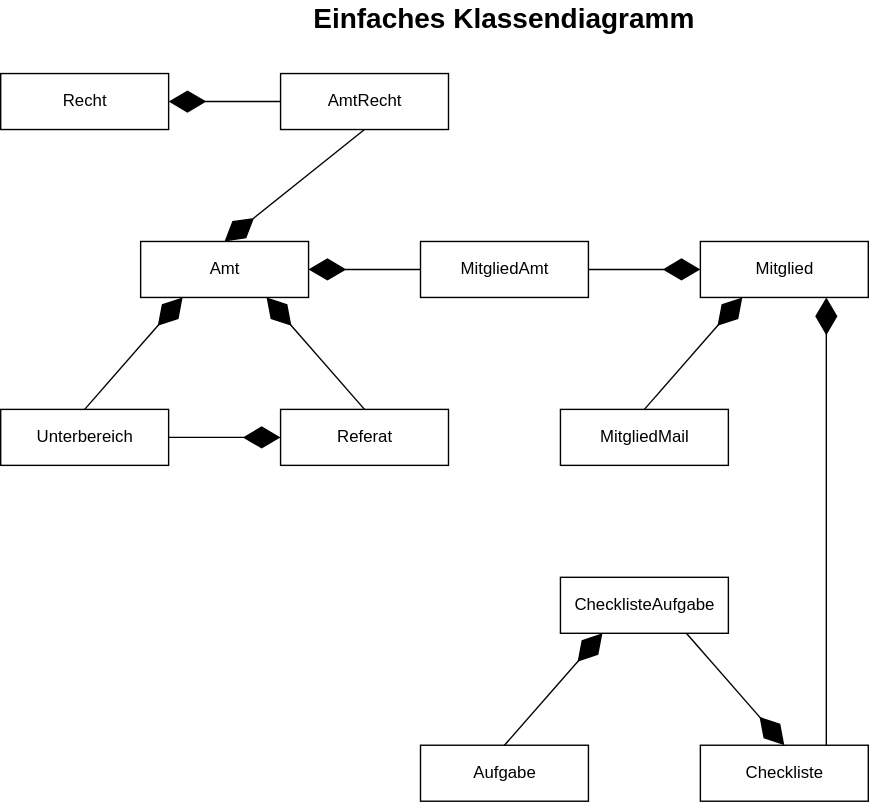
The draw.io diagram docs/anforderung/files/svg/diagramm_class.svg in mribrgr/StuRa-Mitgliederdatenbank, before a commit. Source tidied: cells renumbered, new cells last; positions are measured from the earlier drawing's top-left corner, leaving out a move shared by most shapes.
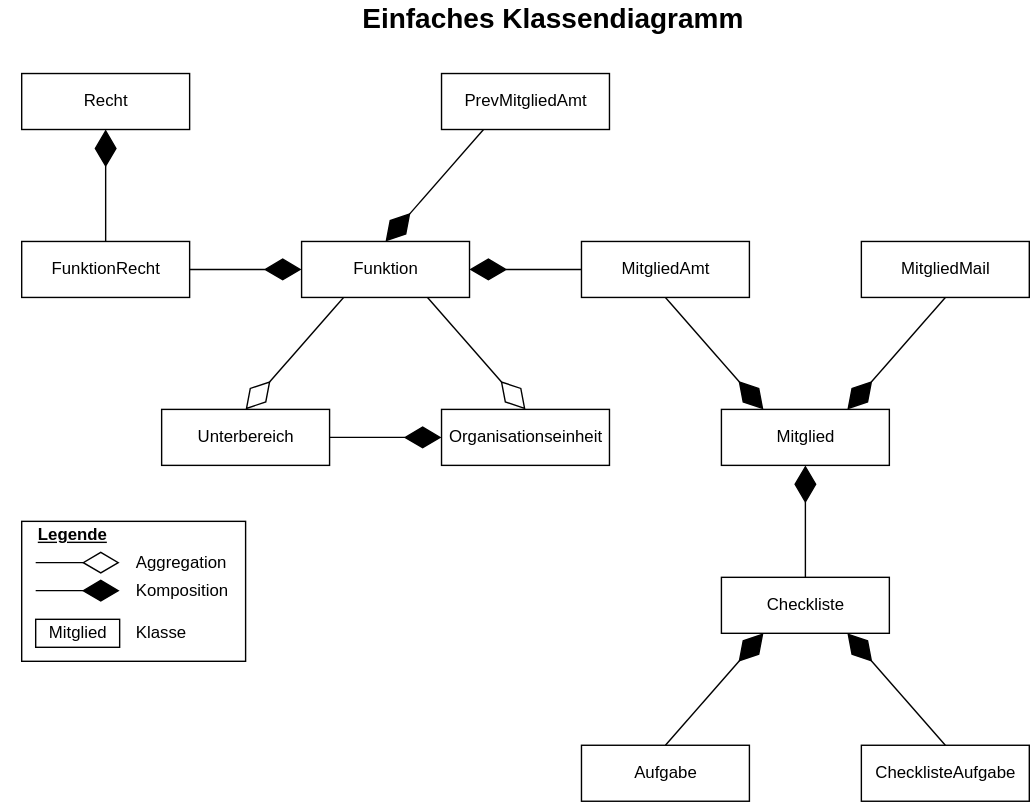
After the change.

Change to the diagram source:
```diff
@@ -2,74 +2,112 @@
   <root>
     <mxCell id="0" />
     <mxCell id="1" parent="0" />
-    <mxCell id="2" value="Amt" style="html=1;" parent="1" vertex="1">
+    <mxCell id="2" value="Funktion" style="html=1;" parent="1" vertex="1">
       <mxGeometry x="100" y="170" width="120" height="40" as="geometry" />
     </mxCell>
     <mxCell id="3" value="Unterbereich" style="html=1;" parent="1" vertex="1">
       <mxGeometry y="290" width="120" height="40" as="geometry" />
     </mxCell>
-    <mxCell id="4" value="Referat" style="html=1;" parent="1" vertex="1">
+    <mxCell id="4" value="Organisationseinheit" style="html=1;" parent="1" vertex="1">
       <mxGeometry x="200" y="290" width="120" height="40" as="geometry" />
     </mxCell>
     <mxCell id="5" value="Recht" style="html=1;" parent="1" vertex="1">
-      <mxGeometry y="50" width="120" height="40" as="geometry" />
+      <mxGeometry x="-100" y="50" width="120" height="40" as="geometry" />
     </mxCell>
-    <mxCell id="6" value="AmtRecht" style="html=1;" parent="1" vertex="1">
-      <mxGeometry x="200" y="50" width="120" height="40" as="geometry" />
+    <mxCell id="6" value="FunktionRecht" style="html=1;" parent="1" vertex="1">
+      <mxGeometry x="-100" y="170" width="120" height="40" as="geometry" />
     </mxCell>
-    <mxCell id="7" value="Checkliste" style="html=1;" parent="1" vertex="1">
+    <mxCell id="7" value="ChecklisteAufgabe" style="html=1;" parent="1" vertex="1">
       <mxGeometry x="500" y="530" width="120" height="40" as="geometry" />
     </mxCell>
     <mxCell id="8" value="Aufgabe" style="html=1;" parent="1" vertex="1">
       <mxGeometry x="300" y="530" width="120" height="40" as="geometry" />
     </mxCell>
-    <mxCell id="9" value="ChecklisteAufgabe" style="html=1;" parent="1" vertex="1">
+    <mxCell id="9" value="Checkliste" style="html=1;" parent="1" vertex="1">
       <mxGeometry x="400" y="410" width="120" height="40" as="geometry" />
     </mxCell>
     <mxCell id="10" value="Mitglied" style="html=1;" parent="1" vertex="1">
-      <mxGeometry x="500" y="170" width="120" height="40" as="geometry" />
+      <mxGeometry x="400" y="290" width="120" height="40" as="geometry" />
     </mxCell>
     <mxCell id="11" value="MitgliedAmt" style="html=1;" parent="1" vertex="1">
       <mxGeometry x="300" y="170" width="120" height="40" as="geometry" />
     </mxCell>
     <mxCell id="12" value="MitgliedMail" style="html=1;" parent="1" vertex="1">
-      <mxGeometry x="400" y="290" width="120" height="40" as="geometry" />
+      <mxGeometry x="500" y="170" width="120" height="40" as="geometry" />
     </mxCell>
     <mxCell id="13" style="endArrow=diamondThin;endFill=1;endSize=24;html=1;entryX=0;entryY=0.5;entryDx=0;entryDy=0;exitX=1;exitY=0.5;exitDx=0;exitDy=0;" parent="1" edge="1" source="3" target="4">
       <mxGeometry relative="1" as="geometry" />
     </mxCell>
-    <mxCell id="14" style="endArrow=diamondThin;endFill=1;endSize=24;html=1;exitX=0.5;exitY=0;exitDx=0;exitDy=0;entryX=0.75;entryY=1;entryDx=0;entryDy=0;" parent="1" edge="1" source="4" target="2">
-      <mxGeometry relative="1" as="geometry" />
-    </mxCell>
-    <mxCell id="15" style="endArrow=diamondThin;endFill=1;endSize=24;html=1;exitX=0.5;exitY=0;exitDx=0;exitDy=0;entryX=0.25;entryY=1;entryDx=0;entryDy=0;" parent="1" edge="1" source="3" target="2">
-      <mxGeometry relative="1" as="geometry" />
-    </mxCell>
-    <mxCell id="16" style="endArrow=diamondThin;endFill=1;endSize=24;html=1;exitX=0.5;exitY=0;exitDx=0;exitDy=0;entryX=0.25;entryY=1;entryDx=0;entryDy=0;" parent="1" edge="1" source="8" target="9">
-      <mxGeometry relative="1" as="geometry" />
-    </mxCell>
-    <mxCell id="17" style="endArrow=diamondThin;endFill=1;endSize=24;html=1;exitX=0.75;exitY=1;exitDx=0;exitDy=0;entryX=0.5;entryY=0;entryDx=0;entryDy=0;" parent="1" edge="1" source="9" target="7">
-      <mxGeometry relative="1" as="geometry" />
+    <mxCell id="17" style="endArrow=diamondThin;endFill=1;endSize=24;html=1;entryX=0.5;entryY=1;entryDx=0;entryDy=0;" parent="1" edge="1" target="10">
+      <mxGeometry relative="1" as="geometry">
+        <mxPoint x="460" y="410" as="sourcePoint" />
+      </mxGeometry>
     </mxCell>
-    <mxCell id="18" style="endArrow=diamondThin;endFill=1;endSize=24;html=1;exitX=0.5;exitY=1;exitDx=0;exitDy=0;entryX=0.5;entryY=0;entryDx=0;entryDy=0;" parent="1" edge="1" source="6" target="2">
+    <mxCell id="18" style="endArrow=diamondThin;endFill=1;endSize=24;html=1;exitX=1;exitY=0.5;exitDx=0;exitDy=0;entryX=0;entryY=0.5;entryDx=0;entryDy=0;" parent="1" edge="1" source="6" target="2">
       <mxGeometry relative="1" as="geometry" />
     </mxCell>
-    <mxCell id="19" style="endArrow=diamondThin;endFill=1;endSize=24;html=1;exitX=0;exitY=0.5;exitDx=0;exitDy=0;entryX=1;entryY=0.5;entryDx=0;entryDy=0;" parent="1" edge="1" source="6" target="5">
+    <mxCell id="19" style="endArrow=diamondThin;endFill=1;endSize=24;html=1;exitX=0.5;exitY=0;exitDx=0;exitDy=0;entryX=0.5;entryY=1;entryDx=0;entryDy=0;" parent="1" edge="1" source="6" target="5">
       <mxGeometry relative="1" as="geometry" />
     </mxCell>
-    <mxCell id="20" style="endArrow=diamondThin;endFill=1;endSize=24;html=1;entryX=0;entryY=0.5;entryDx=0;entryDy=0;exitX=1;exitY=0.5;exitDx=0;exitDy=0;" parent="1" edge="1" source="11" target="10">
+    <mxCell id="20" style="endArrow=diamondThin;endFill=1;endSize=24;html=1;entryX=0.25;entryY=0;entryDx=0;entryDy=0;exitX=0.5;exitY=1;exitDx=0;exitDy=0;" parent="1" edge="1" source="11" target="10">
       <mxGeometry relative="1" as="geometry" />
     </mxCell>
-    <mxCell id="21" style="endArrow=diamondThin;endFill=1;endSize=24;html=1;exitX=0.5;exitY=0;exitDx=0;exitDy=0;entryX=0.25;entryY=1;entryDx=0;entryDy=0;" parent="1" edge="1" source="12" target="10">
+    <mxCell id="21" style="endArrow=diamondThin;endFill=1;endSize=24;html=1;exitX=0.5;exitY=1;exitDx=0;exitDy=0;entryX=0.75;entryY=0;entryDx=0;entryDy=0;" parent="1" edge="1" source="12" target="10">
       <mxGeometry relative="1" as="geometry" />
     </mxCell>
     <mxCell id="22" style="endArrow=diamondThin;endFill=1;endSize=24;html=1;exitX=0;exitY=0.5;exitDx=0;exitDy=0;entryX=1;entryY=0.5;entryDx=0;entryDy=0;" parent="1" edge="1" source="11" target="2">
       <mxGeometry relative="1" as="geometry" />
     </mxCell>
     <mxCell id="23" value="Einfaches Klassendiagramm" style="text;html=1;strokeColor=none;fillColor=none;align=center;verticalAlign=middle;whiteSpace=wrap;rounded=0;fontStyle=1;fontSize=20;" parent="1" vertex="1">
-      <mxGeometry x="200" width="320" height="20" as="geometry" />
+      <mxGeometry x="120" width="320" height="20" as="geometry" />
     </mxCell>
-    <mxCell id="24" style="endArrow=diamondThin;endFill=1;endSize=24;html=1;fontSize=20;entryX=0.75;entryY=1;entryDx=0;entryDy=0;exitX=0.75;exitY=0;exitDx=0;exitDy=0;" parent="1" edge="1" source="7" target="10">
-      <mxGeometry relative="1" as="geometry" />
-    </mxCell>
+    <mxCell id="25" value="PrevMitgliedAmt" style="html=1;" parent="1" vertex="1">
+      <mxGeometry x="200" y="50" width="120" height="40" as="geometry" />
+    </mxCell>
+    <mxCell id="26" style="rounded=0;whiteSpace=wrap;html=1;" parent="1" vertex="1">
+      <mxGeometry x="-100" y="370" width="160" height="100" as="geometry" />
+    </mxCell>
+    <mxCell id="27" value="Legende" style="text;html=1;strokeColor=none;fillColor=none;align=left;verticalAlign=middle;whiteSpace=wrap;rounded=0;fontStyle=5;" parent="1" vertex="1">
+      <mxGeometry x="-90" y="370" width="70" height="20" as="geometry" />
+    </mxCell>
+    <mxCell id="28" value="Aggregation" style="text;html=1;strokeColor=none;fillColor=none;align=left;verticalAlign=middle;whiteSpace=wrap;rounded=0;" parent="1" vertex="1">
+      <mxGeometry x="-20" y="390" width="70" height="20" as="geometry" />
+    </mxCell>
+    <mxCell id="29" value="Komposition" style="text;html=1;strokeColor=none;fillColor=none;align=left;verticalAlign=middle;whiteSpace=wrap;rounded=0;" parent="1" vertex="1">
+      <mxGeometry x="-20" y="410" width="70" height="20" as="geometry" />
+    </mxCell>
+    <mxCell id="30" value="Mitglied" style="html=1;labelBackgroundColor=none;" parent="1" vertex="1">
+      <mxGeometry x="-90" y="440" width="60" height="20" as="geometry" />
+    </mxCell>
+    <mxCell id="31" value="Klasse" style="text;html=1;strokeColor=none;fillColor=none;align=left;verticalAlign=middle;whiteSpace=wrap;rounded=0;" parent="1" vertex="1">
+      <mxGeometry x="-20" y="440" width="70" height="20" as="geometry" />
+    </mxCell>
+    <mxCell id="32" style="endArrow=diamondThin;endFill=0;endSize=24;html=1;strokeColor=#000000;exitX=0.25;exitY=1;exitDx=0;exitDy=0;entryX=0.5;entryY=0;entryDx=0;entryDy=0;" parent="1" edge="1" source="2" target="3">
+      <mxGeometry relative="1" as="geometry" />
+    </mxCell>
+    <mxCell id="33" style="endArrow=diamondThin;endFill=0;endSize=24;html=1;strokeColor=#000000;exitX=0.75;exitY=1;exitDx=0;exitDy=0;entryX=0.5;entryY=0;entryDx=0;entryDy=0;" parent="1" edge="1" source="2" target="4">
+      <mxGeometry relative="1" as="geometry" />
+    </mxCell>
+    <mxCell id="34" style="endArrow=diamondThin;endFill=0;endSize=24;html=1;strokeColor=#000000;" parent="1" edge="1">
+      <mxGeometry relative="1" as="geometry">
+        <mxPoint x="-90" y="399.5" as="sourcePoint" />
+        <mxPoint x="-30" y="399.5" as="targetPoint" />
+      </mxGeometry>
+    </mxCell>
+    <mxCell id="35" style="endArrow=diamondThin;endFill=1;endSize=24;html=1;strokeColor=#000000;" parent="1" edge="1">
+      <mxGeometry relative="1" as="geometry">
+        <mxPoint x="-90" y="419.5" as="sourcePoint" />
+        <mxPoint x="-30" y="419.5" as="targetPoint" />
+      </mxGeometry>
+    </mxCell>
+    <mxCell id="16" style="endArrow=diamondThin;endFill=1;endSize=24;html=1;exitX=0.5;exitY=0;exitDx=0;exitDy=0;entryX=0.25;entryY=1;entryDx=0;entryDy=0;" parent="1" edge="1" source="8" target="9">
+      <mxGeometry relative="1" as="geometry" />
+    </mxCell>
+    <mxCell id="36" style="endArrow=diamondThin;endFill=1;endSize=24;html=1;exitX=0.5;exitY=0;exitDx=0;exitDy=0;entryX=0.75;entryY=1;entryDx=0;entryDy=0;" parent="1" edge="1" source="7" target="9">
+      <mxGeometry relative="1" as="geometry" />
+    </mxCell>
+    <mxCell id="37" style="endArrow=diamondThin;endFill=1;endSize=24;html=1;exitX=0.25;exitY=1;exitDx=0;exitDy=0;entryX=0.5;entryY=0;entryDx=0;entryDy=0;" parent="1" edge="1" source="25" target="2">
+      <mxGeometry relative="1" as="geometry" />
+    </mxCell>
   </root>
 </mxGraphModel>
```
